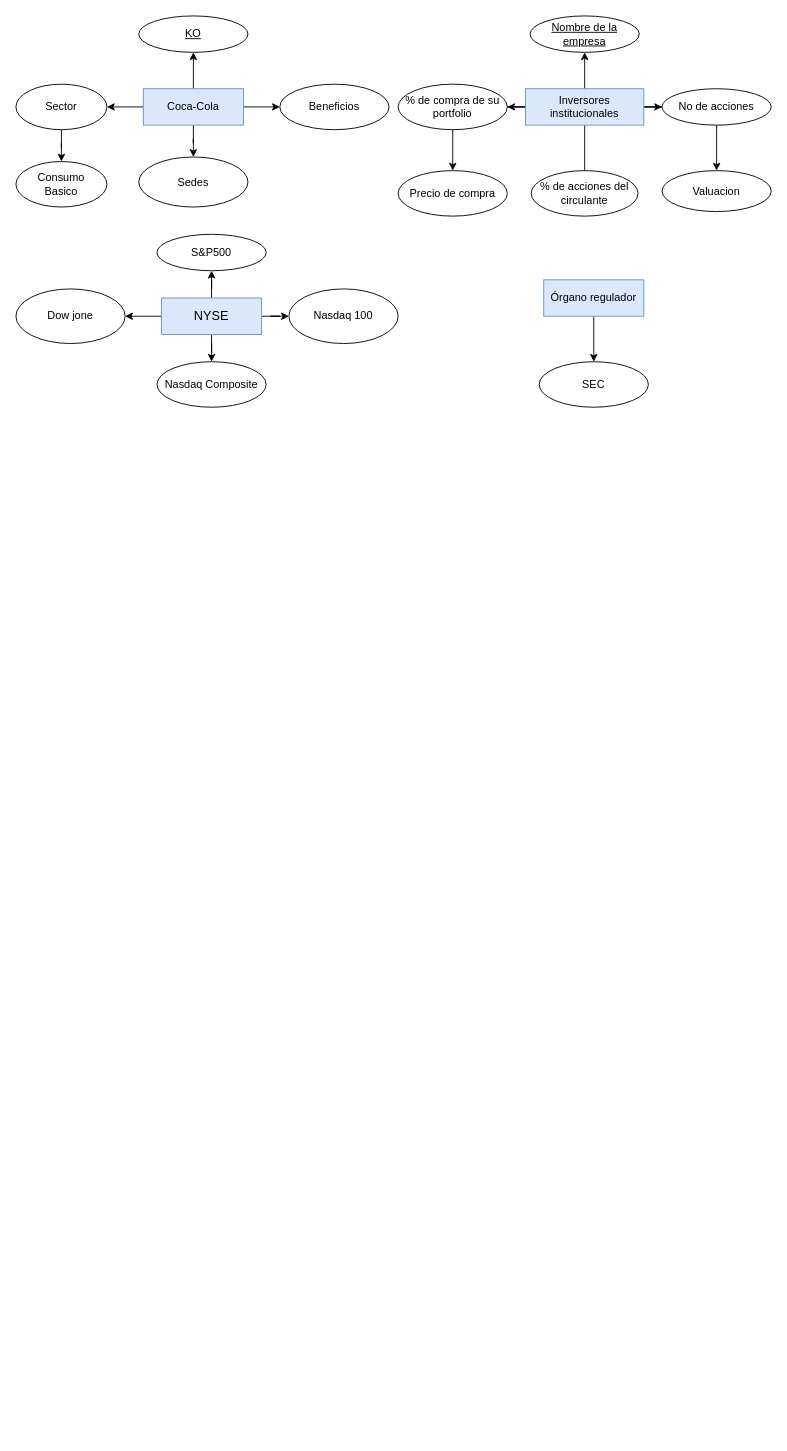
The draw.io diagram Diagrama sin título.drawio in Criistiialm/PlatziBlog, before the edit. Source tidied: cells renumbered, new cells numbered last; positions are measured from the earlier drawing's top-left corner, leaving out a move shared by most shapes. Both pictures are drawn from the tidied source at 91%, with x=0, y=0 at pixel (15, 15).
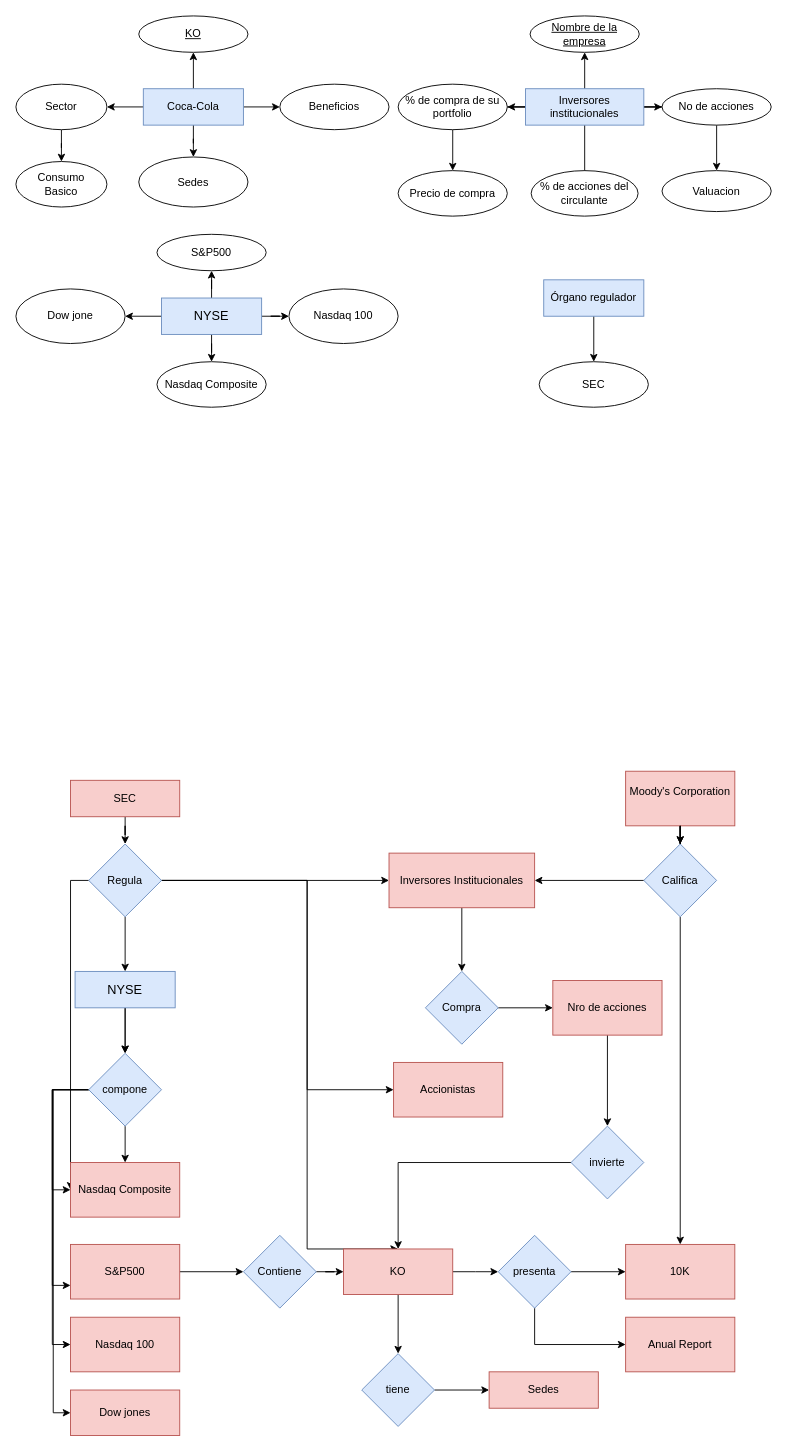
The same diagram, later.

What changed in the source:
```diff
@@
+    <mxCell id="39" style="edgeStyle=orthogonalEdgeStyle;rounded=0;jettySize=auto;html=1;" parent="1" edge="1" source="40" target="46">
+      <mxGeometry relative="1" as="geometry" />
+    </mxCell>
+    <mxCell id="40" value="SEC" style="rounded=0;whiteSpace=wrap;html=1;fillColor=#f8cecc;strokeColor=#b85450;" parent="1" vertex="1">
+      <mxGeometry x="60" y="840" width="120" height="40" as="geometry" />
+    </mxCell>
+    <mxCell id="41" style="edgeStyle=orthogonalEdgeStyle;rounded=0;jettySize=auto;html=1;" parent="1" edge="1" source="46" target="49">
+      <mxGeometry relative="1" as="geometry" />
+    </mxCell>
+    <mxCell id="42" style="edgeStyle=orthogonalEdgeStyle;rounded=0;jettySize=auto;html=1;entryX=0.5;entryY=0;entryDx=0;entryDy=0;" parent="1" edge="1" source="46" target="65">
+      <mxGeometry relative="1" as="geometry">
+        <Array as="points">
+          <mxPoint x="320" y="950" />
+          <mxPoint x="320" y="1355" />
+        </Array>
+      </mxGeometry>
+    </mxCell>
+    <mxCell id="43" style="edgeStyle=orthogonalEdgeStyle;rounded=0;jettySize=auto;html=1;entryX=0;entryY=0.5;entryDx=0;entryDy=0;" parent="1" edge="1" source="46" target="57">
+      <mxGeometry relative="1" as="geometry">
+        <Array as="points">
+          <mxPoint x="60" y="950" />
+        </Array>
+      </mxGeometry>
+    </mxCell>
+    <mxCell id="44" style="edgeStyle=orthogonalEdgeStyle;rounded=0;jettySize=auto;html=1;" parent="1" edge="1" source="46" target="80">
+      <mxGeometry relative="1" as="geometry" />
+    </mxCell>
+    <mxCell id="45" style="edgeStyle=orthogonalEdgeStyle;rounded=0;jettySize=auto;html=1;entryX=0;entryY=0.5;entryDx=0;entryDy=0;" parent="1" edge="1" source="46" target="81">
+      <mxGeometry relative="1" as="geometry">
+        <Array as="points">
+          <mxPoint x="320" y="950" />
+          <mxPoint x="320" y="1180" />
+        </Array>
+      </mxGeometry>
+    </mxCell>
+    <mxCell id="46" value="Regula" style="rhombus;whiteSpace=wrap;html=1;fillColor=#dae8fc;strokeColor=#6c8ebf;" parent="1" vertex="1">
+      <mxGeometry x="80" y="910" width="80" height="80" as="geometry" />
+    </mxCell>
+    <mxCell id="47" style="edgeStyle=orthogonalEdgeStyle;rounded=0;jettySize=auto;html=1;" parent="1" edge="1" source="49" target="55">
+      <mxGeometry relative="1" as="geometry" />
+    </mxCell>
+    <mxCell id="48" style="edgeStyle=orthogonalEdgeStyle;rounded=0;jettySize=auto;html=1;" parent="1" edge="1" source="49" target="55">
+      <mxGeometry relative="1" as="geometry" />
+    </mxCell>
+    <mxCell id="49" value="&lt;font style=&quot;font-size: 14px;&quot;&gt;NYSE&lt;br&gt;&lt;/font&gt;" style="rounded=0;whiteSpace=wrap;html=1;fillColor=#dae8fc;strokeColor=#6c8ebf;" parent="1" vertex="1">
+      <mxGeometry x="65" y="1050" width="110" height="40" as="geometry" />
+    </mxCell>
+    <mxCell id="50" style="edgeStyle=orthogonalEdgeStyle;rounded=0;jettySize=auto;html=1;" parent="1" edge="1" source="55" target="57">
+      <mxGeometry relative="1" as="geometry" />
+    </mxCell>
+    <mxCell id="51" style="edgeStyle=orthogonalEdgeStyle;rounded=0;jettySize=auto;html=1;exitX=0;exitY=0.5;exitDx=0;exitDy=0;entryX=0;entryY=0.5;entryDx=0;entryDy=0;" parent="1" edge="1" source="55" target="56">
+      <mxGeometry relative="1" as="geometry">
+        <Array as="points">
+          <mxPoint x="41" y="1180" />
+          <mxPoint x="41" y="1535" />
+        </Array>
+      </mxGeometry>
+    </mxCell>
+    <mxCell id="52" style="edgeStyle=orthogonalEdgeStyle;rounded=0;jettySize=auto;html=1;entryX=0;entryY=0.5;entryDx=0;entryDy=0;" parent="1" edge="1" source="55" target="58">
+      <mxGeometry relative="1" as="geometry">
+        <Array as="points">
+          <mxPoint x="40" y="1180" />
+          <mxPoint x="40" y="1460" />
+        </Array>
+      </mxGeometry>
+    </mxCell>
+    <mxCell id="53" style="edgeStyle=orthogonalEdgeStyle;rounded=0;jettySize=auto;html=1;entryX=0;entryY=0.5;entryDx=0;entryDy=0;" parent="1" edge="1" source="55" target="57">
+      <mxGeometry relative="1" as="geometry">
+        <Array as="points">
+          <mxPoint x="40" y="1180" />
+          <mxPoint x="40" y="1290" />
+        </Array>
+      </mxGeometry>
+    </mxCell>
+    <mxCell id="54" style="edgeStyle=orthogonalEdgeStyle;rounded=0;jettySize=auto;html=1;entryX=0;entryY=0.75;entryDx=0;entryDy=0;" parent="1" edge="1" source="55" target="60">
+      <mxGeometry relative="1" as="geometry">
+        <Array as="points">
+          <mxPoint x="40" y="1180" />
+          <mxPoint x="40" y="1395" />
+        </Array>
+      </mxGeometry>
+    </mxCell>
+    <mxCell id="55" value="compone" style="rhombus;whiteSpace=wrap;html=1;fillColor=#dae8fc;strokeColor=#6c8ebf;rounded=0;" parent="1" vertex="1">
+      <mxGeometry x="80" y="1140" width="80" height="80" as="geometry" />
+    </mxCell>
+    <mxCell id="56" value="Dow jones" style="whiteSpace=wrap;html=1;fillColor=#f8cecc;strokeColor=#b85450;rounded=0;" parent="1" vertex="1">
+      <mxGeometry x="60" y="1510" width="120" height="50" as="geometry" />
+    </mxCell>
+    <mxCell id="57" value="Nasdaq Composite" style="whiteSpace=wrap;html=1;fillColor=#f8cecc;strokeColor=#b85450;rounded=0;" parent="1" vertex="1">
+      <mxGeometry x="60" y="1260" width="120" height="60" as="geometry" />
+    </mxCell>
+    <mxCell id="58" value="Nasdaq 100" style="whiteSpace=wrap;html=1;fillColor=#f8cecc;strokeColor=#b85450;rounded=0;" parent="1" vertex="1">
+      <mxGeometry x="60" y="1430" width="120" height="60" as="geometry" />
+    </mxCell>
+    <mxCell id="59" style="edgeStyle=orthogonalEdgeStyle;rounded=0;jettySize=auto;html=1;" parent="1" edge="1" source="60" target="62">
+      <mxGeometry relative="1" as="geometry" />
+    </mxCell>
+    <mxCell id="60" value="S&amp;amp;P500&lt;br&gt;" style="whiteSpace=wrap;html=1;fillColor=#f8cecc;strokeColor=#b85450;rounded=0;" parent="1" vertex="1">
+      <mxGeometry x="60" y="1350" width="120" height="60" as="geometry" />
+    </mxCell>
+    <mxCell id="61" style="edgeStyle=orthogonalEdgeStyle;rounded=0;jettySize=auto;html=1;" parent="1" edge="1" source="62" target="65">
+      <mxGeometry relative="1" as="geometry" />
+    </mxCell>
+    <mxCell id="62" value="Contiene" style="rhombus;whiteSpace=wrap;html=1;fillColor=#dae8fc;strokeColor=#6c8ebf;rounded=0;" parent="1" vertex="1">
+      <mxGeometry x="250" y="1340" width="80" height="80" as="geometry" />
+    </mxCell>
+    <mxCell id="63" style="edgeStyle=orthogonalEdgeStyle;rounded=0;jettySize=auto;html=1;" parent="1" edge="1" source="65">
+      <mxGeometry relative="1" as="geometry">
+        <mxPoint x="530" y="1380" as="targetPoint" />
+      </mxGeometry>
+    </mxCell>
+    <mxCell id="64" style="edgeStyle=orthogonalEdgeStyle;rounded=0;jettySize=auto;html=1;" parent="1" edge="1" source="65" target="77">
+      <mxGeometry relative="1" as="geometry" />
+    </mxCell>
+    <mxCell id="65" value="KO" style="whiteSpace=wrap;html=1;fillColor=#f8cecc;strokeColor=#b85450;rounded=0;" parent="1" vertex="1">
+      <mxGeometry x="360" y="1355" width="120" height="50" as="geometry" />
+    </mxCell>
+    <mxCell id="66" style="edgeStyle=orthogonalEdgeStyle;rounded=0;jettySize=auto;html=1;" parent="1" edge="1" source="75" target="72">
+      <mxGeometry relative="1" as="geometry" />
+    </mxCell>
+    <mxCell id="67" style="edgeStyle=orthogonalEdgeStyle;rounded=0;jettySize=auto;html=1;" parent="1" edge="1" source="68" target="75">
+      <mxGeometry relative="1" as="geometry" />
+    </mxCell>
+    <mxCell id="68" value="&#10;Moody's Corporation&#10;&#10;" style="rounded=0;whiteSpace=wrap;html=1;fillColor=#f8cecc;strokeColor=#b85450;" parent="1" vertex="1">
+      <mxGeometry x="670" y="830" width="120" height="60" as="geometry" />
+    </mxCell>
+    <mxCell id="69" style="edgeStyle=orthogonalEdgeStyle;rounded=0;jettySize=auto;html=1;" parent="1" edge="1" source="71" target="72">
+      <mxGeometry relative="1" as="geometry" />
+    </mxCell>
+    <mxCell id="70" style="edgeStyle=orthogonalEdgeStyle;rounded=0;jettySize=auto;html=1;exitX=0.5;exitY=1;exitDx=0;exitDy=0;entryX=0;entryY=0.5;entryDx=0;entryDy=0;" parent="1" edge="1" source="71" target="88">
+      <mxGeometry relative="1" as="geometry" />
+    </mxCell>
+    <mxCell id="71" value="presenta" style="rhombus;whiteSpace=wrap;html=1;fillColor=#dae8fc;strokeColor=#6c8ebf;" parent="1" vertex="1">
+      <mxGeometry x="530" y="1340" width="80" height="80" as="geometry" />
+    </mxCell>
+    <mxCell id="72" value="10K&lt;br&gt;" style="whiteSpace=wrap;html=1;fillColor=#f8cecc;strokeColor=#b85450;" parent="1" vertex="1">
+      <mxGeometry x="670" y="1350" width="120" height="60" as="geometry" />
+    </mxCell>
+    <mxCell id="73" style="edgeStyle=orthogonalEdgeStyle;rounded=0;jettySize=auto;html=1;" parent="1" edge="1" source="68" target="75">
+      <mxGeometry relative="1" as="geometry" />
+    </mxCell>
+    <mxCell id="74" style="edgeStyle=orthogonalEdgeStyle;rounded=0;jettySize=auto;html=1;entryX=1;entryY=0.5;entryDx=0;entryDy=0;" parent="1" edge="1" source="75" target="80">
+      <mxGeometry relative="1" as="geometry" />
+    </mxCell>
+    <mxCell id="75" value="Califica" style="rhombus;whiteSpace=wrap;html=1;rounded=0;fillColor=#dae8fc;strokeColor=#6c8ebf;" parent="1" vertex="1">
+      <mxGeometry x="690" y="910" width="80" height="80" as="geometry" />
+    </mxCell>
+    <mxCell id="76" style="edgeStyle=orthogonalEdgeStyle;rounded=0;jettySize=auto;html=1;" parent="1" edge="1" source="77" target="78">
+      <mxGeometry relative="1" as="geometry" />
+    </mxCell>
+    <mxCell id="77" value="tiene&lt;br&gt;" style="rhombus;whiteSpace=wrap;html=1;fillColor=#dae8fc;strokeColor=#6c8ebf;rounded=0;" parent="1" vertex="1">
+      <mxGeometry x="380" y="1470" width="80" height="80" as="geometry" />
+    </mxCell>
+    <mxCell id="78" value="Sedes" style="whiteSpace=wrap;html=1;fillColor=#f8cecc;strokeColor=#b85450;rounded=0;" parent="1" vertex="1">
+      <mxGeometry x="520" y="1490" width="120" height="40" as="geometry" />
+    </mxCell>
+    <mxCell id="79" style="edgeStyle=orthogonalEdgeStyle;rounded=0;jettySize=auto;html=1;" parent="1" edge="1" source="80" target="83">
+      <mxGeometry relative="1" as="geometry" />
+    </mxCell>
+    <mxCell id="80" value="Inversores Institucionales" style="rounded=0;whiteSpace=wrap;html=1;fillColor=#f8cecc;strokeColor=#b85450;" parent="1" vertex="1">
+      <mxGeometry x="410" y="920" width="160" height="60" as="geometry" />
+    </mxCell>
+    <mxCell id="81" value="Accionistas&lt;br&gt;" style="rounded=0;whiteSpace=wrap;html=1;fillColor=#f8cecc;strokeColor=#b85450;" parent="1" vertex="1">
+      <mxGeometry x="415" y="1150" width="120" height="60" as="geometry" />
+    </mxCell>
+    <mxCell id="82" style="edgeStyle=orthogonalEdgeStyle;rounded=0;jettySize=auto;html=1;" parent="1" edge="1" source="83" target="85">
+      <mxGeometry relative="1" as="geometry" />
+    </mxCell>
+    <mxCell id="83" value="Compra" style="rhombus;whiteSpace=wrap;html=1;rounded=0;fillColor=#dae8fc;strokeColor=#6c8ebf;" parent="1" vertex="1">
+      <mxGeometry x="450" y="1050" width="80" height="80" as="geometry" />
+    </mxCell>
+    <mxCell id="84" style="edgeStyle=orthogonalEdgeStyle;rounded=0;jettySize=auto;html=1;" parent="1" edge="1" source="85" target="87">
+      <mxGeometry relative="1" as="geometry" />
+    </mxCell>
+    <mxCell id="85" value="Nro de acciones&lt;br&gt;" style="whiteSpace=wrap;html=1;rounded=0;fillColor=#f8cecc;strokeColor=#b85450;" parent="1" vertex="1">
+      <mxGeometry x="590" y="1060" width="120" height="60" as="geometry" />
+    </mxCell>
+    <mxCell id="86" style="edgeStyle=orthogonalEdgeStyle;rounded=0;jettySize=auto;html=1;" parent="1" edge="1" source="87" target="65">
+      <mxGeometry relative="1" as="geometry" />
+    </mxCell>
+    <mxCell id="87" value="invierte&lt;br&gt;" style="rhombus;whiteSpace=wrap;html=1;rounded=0;fillColor=#dae8fc;strokeColor=#6c8ebf;" parent="1" vertex="1">
+      <mxGeometry x="610" y="1220" width="80" height="80" as="geometry" />
+    </mxCell>
+    <mxCell id="88" value="Anual Report&lt;br&gt;" style="whiteSpace=wrap;html=1;fillColor=#f8cecc;strokeColor=#b85450;" parent="1" vertex="1">
+      <mxGeometry x="670" y="1430" width="120" height="60" as="geometry" />
+    </mxCell>
```
